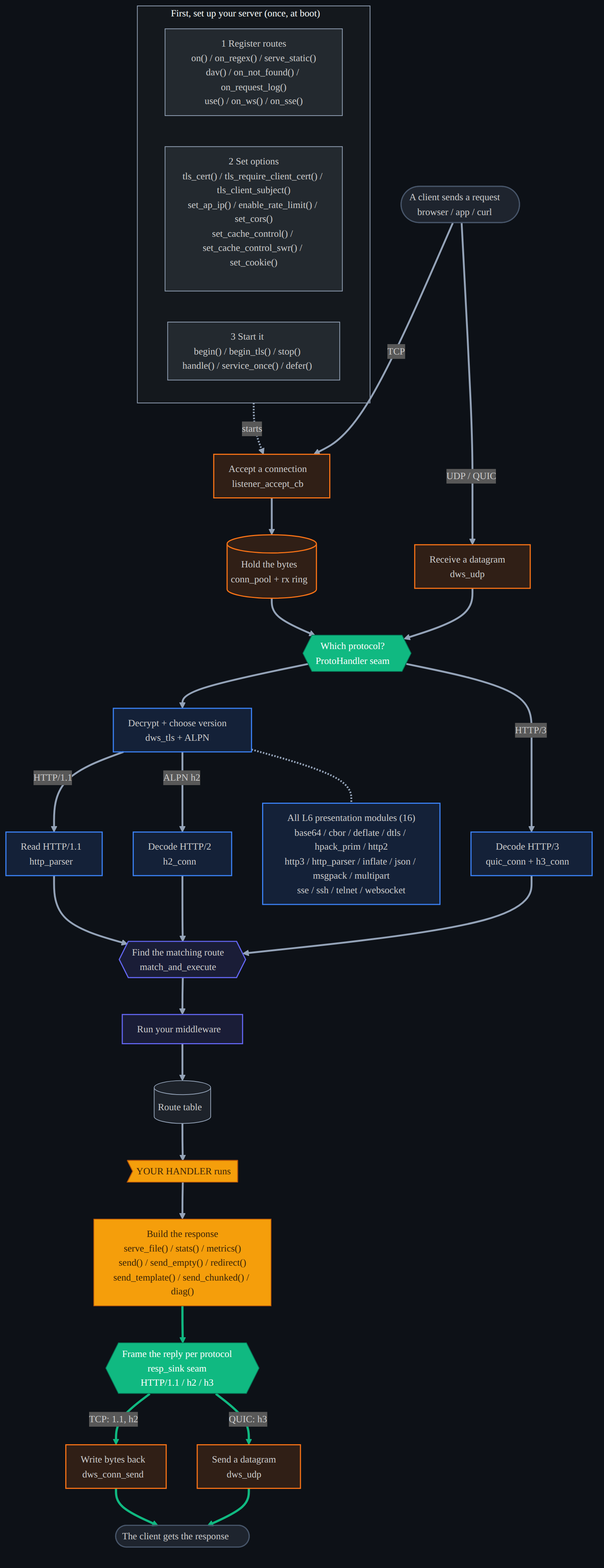
Before: docs/diagrams/api_flow_detail.dark.png, a diagram exported from Mermaid (dstroy0/DeterministicESPAsyncWebServer). Its source is kept beside it as docs/diagrams/api_flow_detail.mmd.
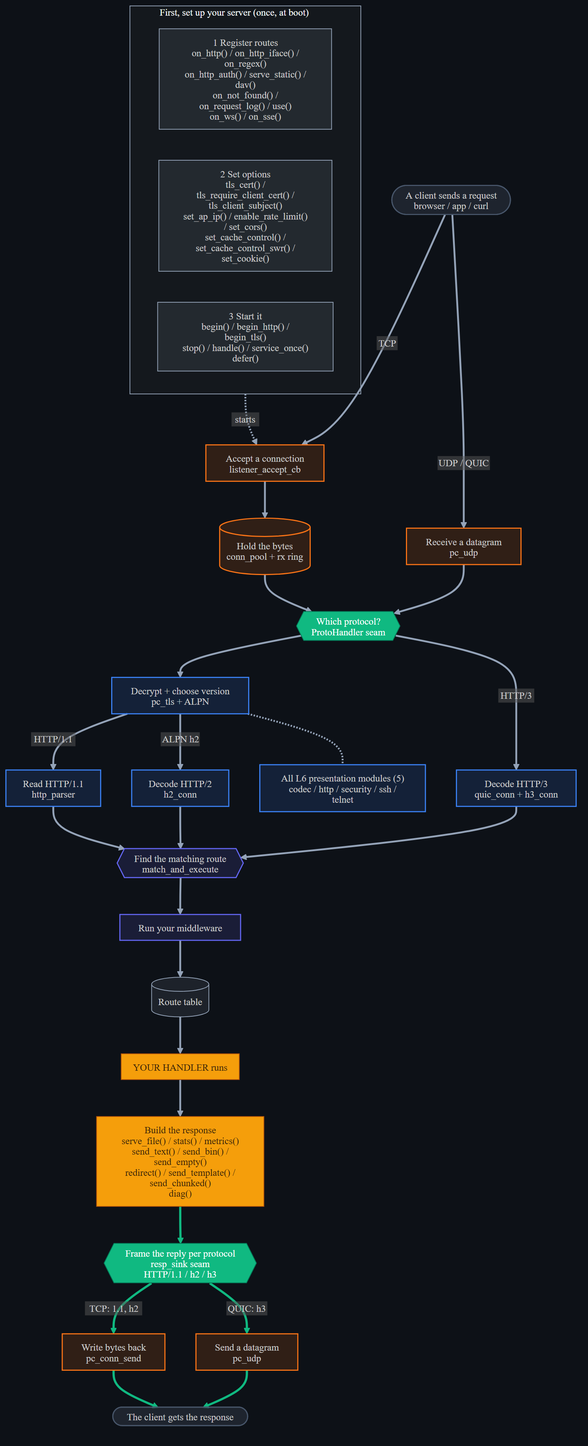
The same file after the commit.

Change to the diagram source:
```diff
@@ -1,10 +1,10 @@
-%%{init: {'themeVariables':{'fontFamily':'ui-sans-serif,system-ui,Segoe UI,Roboto,sans-serif','fontSize':'13px','lineColor':'#94a3b8'},'flowchart':{'curve':'basis','nodeSpacing':42,'rankSpacing':50,'padding':10,'useMaxWidth':true}}}%%
+%%{init: {'htmlLabels':false,'themeVariables':{'fontFamily':'sans-serif','fontSize':'13px','lineColor':'#94a3b8'},'flowchart':{'curve':'basis','nodeSpacing':42,'rankSpacing':50,'padding':10,'useMaxWidth':true,'htmlLabels':false}}}%%
 flowchart TB
   subgraph SETUP["First, set up your server (once, at boot)"]
     direction LR
-    reg["1 Register routes<br/>on() / on_regex() / serve_static()<br/>dav() / on_not_found() / on_request_log()<br/>use() / on_ws() / on_sse()"]
+    reg["1 Register routes<br/>on_http() / on_http_iface() / on_regex()<br/>on_http_auth() / serve_static() / dav()<br/>on_not_found() / on_request_log() / use()<br/>on_ws() / on_sse()"]
     cfg["2 Set options<br/>tls_cert() / tls_require_client_cert() / tls_client_subject()<br/>set_ap_ip() / enable_rate_limit() / set_cors()<br/>set_cache_control() / set_cache_control_swr() / set_cookie()"]
-    run["3 Start it<br/>begin() / begin_tls() / stop()<br/>handle() / service_once() / defer()"]
+    run["3 Start it<br/>begin() / begin_http() / begin_tls()<br/>stop() / handle() / service_once()<br/>defer()"]
   end
 
   cin(["A client sends a request<br/>browser / app / curl"])
@@ -19,8 +19,8 @@
   mae{{"Find the matching route<br/>match_and_execute"}}
   mw["Run your middleware"]
   routes[("Route table")]
-  handler>"YOUR HANDLER runs"]
-  resp["Build the response<br/>serve_file() / stats() / metrics()<br/>send() / send_empty() / redirect()<br/>send_template() / send_chunked() / diag()"]
+  handler["YOUR HANDLER runs"]
+  resp["Build the response<br/>serve_file() / stats() / metrics()<br/>send_text() / send_bin() / send_empty()<br/>redirect() / send_template() / send_chunked()<br/>diag()"]
   sink{{"Frame the reply per protocol<br/>resp_sink seam<br/>HTTP/1.1 / h2 / h3"}}
   consend["Write bytes back<br/>pc_conn_send"]
   udptx["Send a datagram<br/>pc_udp"]
```
